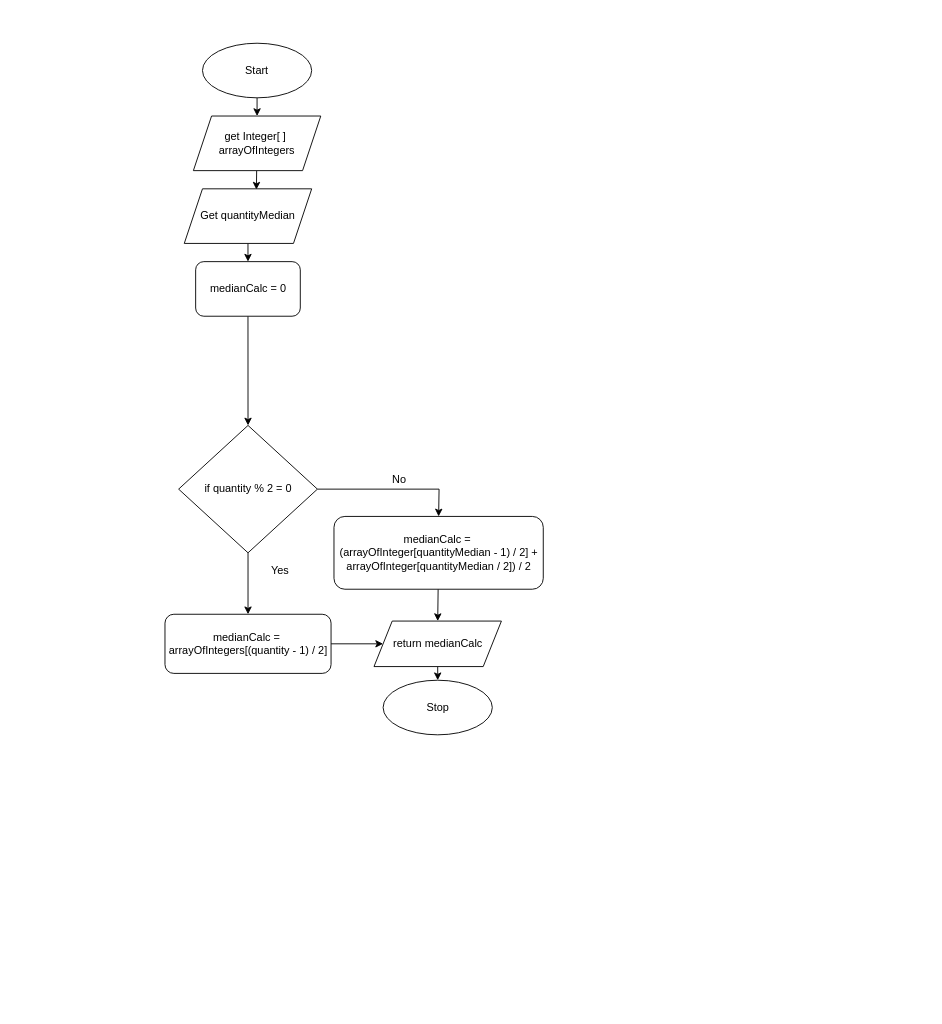
Before: Drawio/Flowchart1.drawio in JacksonNaufal/ics4u-unit1-07-typescript, a draw.io diagram. Source tidied: cells renumbered, new cells numbered last; positions are measured from the earlier drawing's top-left corner, leaving out a move shared by most shapes. Both pictures are drawn from the tidied source at 91%, with x=0, y=0 at pixel (165, 43).
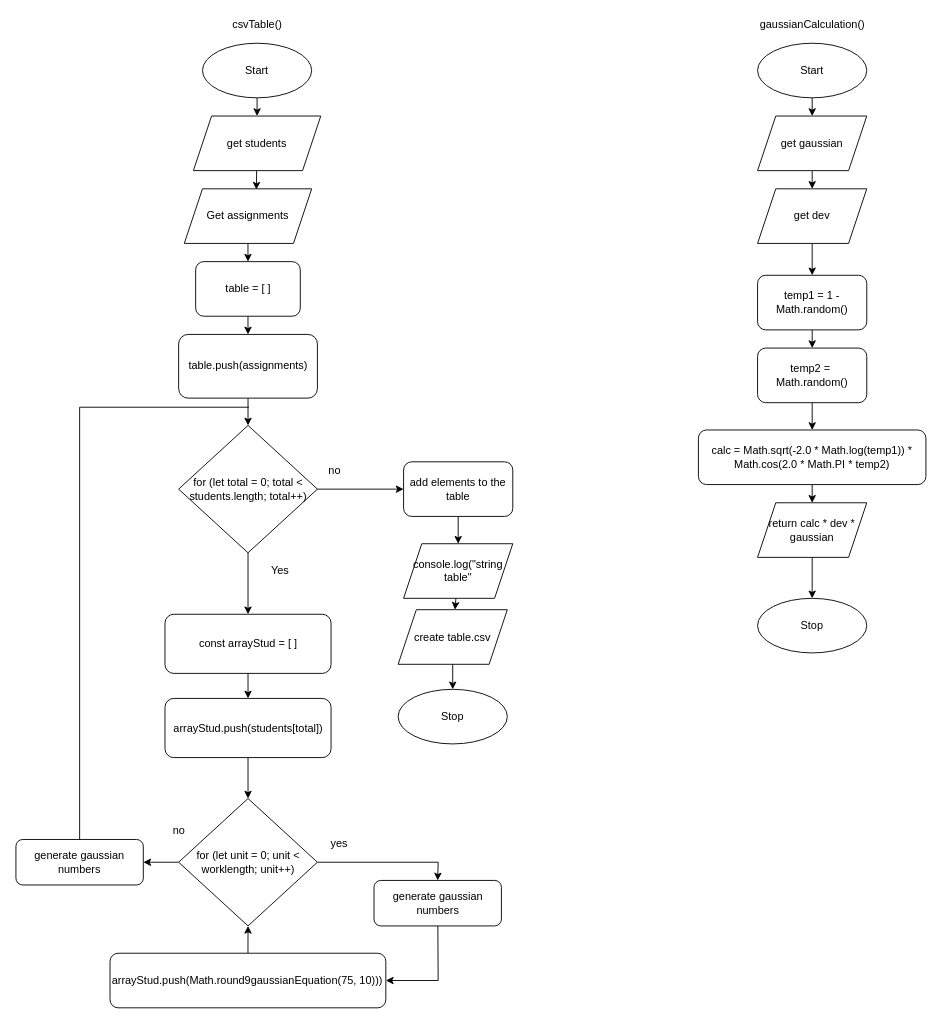
Above is the later version.

Diff of the diagram source:
```diff
@@
-    <mxCell id="4" style="edgeStyle=none;html=1;" parent="1" edge="1" source="5" target="10">
-      <mxGeometry relative="1" as="geometry" />
-    </mxCell>
-    <mxCell id="5" value="return medianCalc" style="shape=parallelogram;perimeter=parallelogramPerimeter;whiteSpace=wrap;html=1;fixedSize=1;" parent="1" vertex="1">
-      <mxGeometry x="229.5" y="635" width="140" height="50" as="geometry" />
-    </mxCell>
@@
-    <mxCell id="7" value="get Integer[ ]&amp;nbsp;&lt;br&gt;arrayOfIntegers" style="shape=parallelogram;perimeter=parallelogramPerimeter;whiteSpace=wrap;html=1;fixedSize=1;" parent="1" vertex="1">
+    <mxCell id="7" value="get students" style="shape=parallelogram;perimeter=parallelogramPerimeter;whiteSpace=wrap;html=1;fixedSize=1;" parent="1" vertex="1">
       <mxGeometry x="31" y="80" width="140" height="60" as="geometry" />
     </mxCell>
@@
-    <mxCell id="9" value="Get quantityMedian" style="shape=parallelogram;perimeter=parallelogramPerimeter;whiteSpace=wrap;html=1;fixedSize=1;" parent="1" vertex="1">
+    <mxCell id="9" value="Get assignments" style="shape=parallelogram;perimeter=parallelogramPerimeter;whiteSpace=wrap;html=1;fixedSize=1;" parent="1" vertex="1">
       <mxGeometry x="21" y="160" width="140" height="60" as="geometry" />
     </mxCell>
     <mxCell id="10" value="Stop" style="ellipse;whiteSpace=wrap;html=1;" parent="1" vertex="1">
-      <mxGeometry x="239.5" y="700" width="120" height="60" as="geometry" />
+      <mxGeometry x="256" y="710" width="120" height="60" as="geometry" />
     </mxCell>
-    <mxCell id="11" style="edgeStyle=none;html=1;entryX=0.5;entryY=0;entryDx=0;entryDy=0;" parent="1" edge="1" source="12" target="15">
-      <mxGeometry relative="1" as="geometry" />
-    </mxCell>
+    <mxCell id="22" style="edgeStyle=none;html=1;" parent="1" edge="1" source="12" target="41">
+      <mxGeometry relative="1" as="geometry" />
+    </mxCell>
-    <mxCell id="12" value="medianCalc = 0" style="rounded=1;whiteSpace=wrap;html=1;" parent="1" vertex="1">
+    <mxCell id="12" value="table = [ ]" style="rounded=1;whiteSpace=wrap;html=1;" parent="1" vertex="1">
       <mxGeometry x="33.5" y="240" width="115" height="60" as="geometry" />
     </mxCell>
@@
-    <mxCell id="14" style="edgeStyle=none;html=1;entryX=0.5;entryY=0;entryDx=0;entryDy=0;rounded=0;" parent="1" edge="1" source="15" target="21">
-      <mxGeometry relative="1" as="geometry">
-        <Array as="points">
-          <mxPoint x="301" y="490" />
-        </Array>
-      </mxGeometry>
-    </mxCell>
+    <mxCell id="23" style="edgeStyle=none;rounded=0;html=1;" parent="1" edge="1" source="15" target="54">
+      <mxGeometry relative="1" as="geometry" />
+    </mxCell>
-    <mxCell id="15" value="if quantity % 2 = 0" style="rhombus;whiteSpace=wrap;html=1;" parent="1" vertex="1">
+    <mxCell id="15" value="for (let total = 0; total &amp;lt; students.length; total++)" style="rhombus;whiteSpace=wrap;html=1;" parent="1" vertex="1">
       <mxGeometry x="14.8" y="420" width="152.5" height="140" as="geometry" />
     </mxCell>
@@
-    <mxCell id="17" style="edgeStyle=none;html=1;" parent="1" edge="1" source="18" target="5">
-      <mxGeometry relative="1" as="geometry" />
-    </mxCell>
+    <mxCell id="24" style="edgeStyle=none;html=1;" parent="1" edge="1" source="18" target="43">
+      <mxGeometry relative="1" as="geometry" />
+    </mxCell>
-    <mxCell id="18" value="medianCalc =&amp;nbsp;&lt;br&gt;arrayOfIntegers[(quantity - 1) / 2]" style="rounded=1;whiteSpace=wrap;html=1;" parent="1" vertex="1">
+    <mxCell id="18" value="const arrayStud = [ ]" style="rounded=1;whiteSpace=wrap;html=1;" parent="1" vertex="1">
       <mxGeometry x="-0.2" y="627.5" width="182.5" height="65" as="geometry" />
     </mxCell>
-    <mxCell id="19" value="No" style="text;html=1;align=center;verticalAlign=middle;strokeColor=none;fillColor=none;" parent="1" vertex="1">
-      <mxGeometry x="242" y="470" width="30" height="20" as="geometry" />
-    </mxCell>
-    <mxCell id="20" style="edgeStyle=none;rounded=0;html=1;entryX=0.5;entryY=0;entryDx=0;entryDy=0;" parent="1" edge="1" source="21" target="5">
-      <mxGeometry relative="1" as="geometry" />
-    </mxCell>
-    <mxCell id="21" value="medianCalc =&amp;nbsp;&lt;br&gt;(arrayOfInteger[quantityMedian - 1) / 2] + arrayOfInteger[quantityMedian / 2]) / 2" style="rounded=1;whiteSpace=wrap;html=1;" parent="1" vertex="1">
-      <mxGeometry x="185.5" y="520" width="230" height="80" as="geometry" />
-    </mxCell>
+    <mxCell id="25" style="edgeStyle=none;html=1;" parent="1" edge="1" source="26" target="37">
+      <mxGeometry relative="1" as="geometry" />
+    </mxCell>
+    <mxCell id="26" value="Start" style="ellipse;whiteSpace=wrap;html=1;" parent="1" vertex="1">
+      <mxGeometry x="651" width="120" height="60" as="geometry" />
+    </mxCell>
+    <mxCell id="27" value="Stop" style="ellipse;whiteSpace=wrap;html=1;" parent="1" vertex="1">
+      <mxGeometry x="651" y="610" width="120" height="60" as="geometry" />
+    </mxCell>
+    <mxCell id="28" style="edgeStyle=none;html=1;" parent="1" edge="1" source="29" target="31">
+      <mxGeometry relative="1" as="geometry" />
+    </mxCell>
+    <mxCell id="29" value="temp1 = 1 - Math.random()" style="rounded=1;whiteSpace=wrap;html=1;" parent="1" vertex="1">
+      <mxGeometry x="651" y="255" width="120" height="60" as="geometry" />
+    </mxCell>
+    <mxCell id="30" style="edgeStyle=none;html=1;" parent="1" edge="1" source="31" target="33">
+      <mxGeometry relative="1" as="geometry" />
+    </mxCell>
+    <mxCell id="31" value="temp2 =&amp;nbsp; Math.random()" style="rounded=1;whiteSpace=wrap;html=1;" parent="1" vertex="1">
+      <mxGeometry x="651" y="335" width="120" height="60" as="geometry" />
+    </mxCell>
+    <mxCell id="32" style="edgeStyle=none;html=1;" parent="1" edge="1" source="33" target="35">
+      <mxGeometry relative="1" as="geometry" />
+    </mxCell>
+    <mxCell id="33" value="calc = Math.sqrt(-2.0 * Math.log(temp1)) * Math.cos(2.0 * Math.PI * temp2)" style="rounded=1;whiteSpace=wrap;html=1;" parent="1" vertex="1">
+      <mxGeometry x="586" y="425" width="250" height="60" as="geometry" />
+    </mxCell>
+    <mxCell id="34" style="edgeStyle=none;html=1;" parent="1" edge="1" source="35" target="27">
+      <mxGeometry relative="1" as="geometry" />
+    </mxCell>
+    <mxCell id="35" value="return calc * dev * gaussian" style="shape=parallelogram;perimeter=parallelogramPerimeter;whiteSpace=wrap;html=1;fixedSize=1;" parent="1" vertex="1">
+      <mxGeometry x="651" y="505" width="120" height="60" as="geometry" />
+    </mxCell>
+    <mxCell id="36" style="edgeStyle=none;html=1;" parent="1" edge="1" source="37" target="39">
+      <mxGeometry relative="1" as="geometry" />
+    </mxCell>
+    <mxCell id="37" value="get gaussian" style="shape=parallelogram;perimeter=parallelogramPerimeter;whiteSpace=wrap;html=1;fixedSize=1;" parent="1" vertex="1">
+      <mxGeometry x="651" y="80" width="120" height="60" as="geometry" />
+    </mxCell>
+    <mxCell id="38" style="edgeStyle=none;html=1;entryX=0.5;entryY=0;entryDx=0;entryDy=0;" parent="1" edge="1" source="39" target="29">
+      <mxGeometry relative="1" as="geometry" />
+    </mxCell>
+    <mxCell id="39" value="get dev" style="shape=parallelogram;perimeter=parallelogramPerimeter;whiteSpace=wrap;html=1;fixedSize=1;" parent="1" vertex="1">
+      <mxGeometry x="651" y="160" width="120" height="60" as="geometry" />
+    </mxCell>
+    <mxCell id="40" style="edgeStyle=none;html=1;" parent="1" edge="1" source="41" target="15">
+      <mxGeometry relative="1" as="geometry" />
+    </mxCell>
+    <mxCell id="41" value="table.push(assignments)" style="rounded=1;whiteSpace=wrap;html=1;" parent="1" vertex="1">
+      <mxGeometry x="14.8" y="320" width="152.5" height="70" as="geometry" />
+    </mxCell>
+    <mxCell id="42" style="edgeStyle=none;html=1;" parent="1" edge="1" source="43" target="46">
+      <mxGeometry relative="1" as="geometry" />
+    </mxCell>
+    <mxCell id="43" value="arrayStud.push(students[total])" style="rounded=1;whiteSpace=wrap;html=1;" parent="1" vertex="1">
+      <mxGeometry x="-0.2" y="720" width="182.5" height="65" as="geometry" />
+    </mxCell>
+    <mxCell id="44" style="edgeStyle=none;html=1;entryX=0.5;entryY=0;entryDx=0;entryDy=0;rounded=0;" parent="1" edge="1" source="46" target="52">
+      <mxGeometry relative="1" as="geometry">
+        <Array as="points">
+          <mxPoint x="300" y="900" />
+        </Array>
+      </mxGeometry>
+    </mxCell>
+    <mxCell id="45" style="edgeStyle=none;rounded=0;html=1;entryX=1;entryY=0.5;entryDx=0;entryDy=0;" parent="1" edge="1" source="46" target="63">
+      <mxGeometry relative="1" as="geometry" />
+    </mxCell>
+    <mxCell id="46" value="for (let unit = 0; unit &amp;lt; worklength; unit++)" style="rhombus;whiteSpace=wrap;html=1;" parent="1" vertex="1">
+      <mxGeometry x="14.8" y="830" width="152.5" height="140" as="geometry" />
+    </mxCell>
+    <mxCell id="47" style="edgeStyle=none;html=1;entryX=0.5;entryY=1;entryDx=0;entryDy=0;" parent="1" edge="1" source="48" target="46">
+      <mxGeometry relative="1" as="geometry" />
+    </mxCell>
+    <mxCell id="48" value="arrayStud.push(Math.round9gaussianEquation(75, 10)))" style="rounded=1;whiteSpace=wrap;html=1;" parent="1" vertex="1">
+      <mxGeometry x="-60.6" y="1000" width="303.1" height="60" as="geometry" />
+    </mxCell>
+    <mxCell id="49" value="gaussianCalculation()" style="text;html=1;align=center;verticalAlign=middle;strokeColor=none;fillColor=none;" parent="1" vertex="1">
+      <mxGeometry x="641" y="-30" width="140" height="20" as="geometry" />
+    </mxCell>
+    <mxCell id="50" value="csvTable()" style="text;html=1;align=center;verticalAlign=middle;strokeColor=none;fillColor=none;" parent="1" vertex="1">
+      <mxGeometry x="66" y="-30" width="70" height="20" as="geometry" />
+    </mxCell>
+    <mxCell id="51" style="edgeStyle=none;html=1;entryX=1;entryY=0.5;entryDx=0;entryDy=0;rounded=0;" parent="1" edge="1" source="52" target="48">
+      <mxGeometry relative="1" as="geometry">
+        <Array as="points">
+          <mxPoint x="300" y="1030" />
+        </Array>
+      </mxGeometry>
+    </mxCell>
+    <mxCell id="52" value="generate gaussian numbers" style="rounded=1;whiteSpace=wrap;html=1;" parent="1" vertex="1">
+      <mxGeometry x="229.5" y="920" width="140" height="50" as="geometry" />
+    </mxCell>
+    <mxCell id="53" style="edgeStyle=none;rounded=0;html=1;" parent="1" edge="1" source="54" target="56">
+      <mxGeometry relative="1" as="geometry" />
+    </mxCell>
+    <mxCell id="54" value="add elements to the table" style="rounded=1;whiteSpace=wrap;html=1;" parent="1" vertex="1">
+      <mxGeometry x="262" y="460" width="120" height="60" as="geometry" />
+    </mxCell>
+    <mxCell id="55" style="edgeStyle=none;rounded=0;html=1;" parent="1" edge="1" source="56" target="58">
+      <mxGeometry relative="1" as="geometry" />
+    </mxCell>
+    <mxCell id="56" value="console.log(&quot;string table&quot;" style="shape=parallelogram;perimeter=parallelogramPerimeter;whiteSpace=wrap;html=1;fixedSize=1;" parent="1" vertex="1">
+      <mxGeometry x="262" y="550" width="120" height="60" as="geometry" />
+    </mxCell>
+    <mxCell id="57" style="edgeStyle=none;rounded=0;html=1;" parent="1" edge="1" source="58" target="10">
+      <mxGeometry relative="1" as="geometry" />
+    </mxCell>
+    <mxCell id="58" value="create table.csv" style="shape=parallelogram;perimeter=parallelogramPerimeter;whiteSpace=wrap;html=1;fixedSize=1;" parent="1" vertex="1">
+      <mxGeometry x="256" y="622.5" width="120" height="60" as="geometry" />
+    </mxCell>
+    <mxCell id="59" value="no" style="text;html=1;align=center;verticalAlign=middle;strokeColor=none;fillColor=none;" parent="1" vertex="1">
+      <mxGeometry x="171" y="460" width="30" height="20" as="geometry" />
+    </mxCell>
+    <mxCell id="60" value="yes" style="text;html=1;align=center;verticalAlign=middle;strokeColor=none;fillColor=none;" parent="1" vertex="1">
+      <mxGeometry x="176" y="870" width="30" height="20" as="geometry" />
+    </mxCell>
+    <mxCell id="61" value="no" style="text;html=1;align=center;verticalAlign=middle;strokeColor=none;fillColor=none;" parent="1" vertex="1">
+      <mxGeometry x="-0.2" y="855" width="30" height="20" as="geometry" />
+    </mxCell>
+    <mxCell id="62" style="edgeStyle=none;rounded=0;html=1;endArrow=none;endFill=0;" parent="1" edge="1" source="63">
+      <mxGeometry relative="1" as="geometry">
+        <mxPoint x="92" y="400" as="targetPoint" />
+        <Array as="points">
+          <mxPoint x="-94" y="400" />
+        </Array>
+      </mxGeometry>
+    </mxCell>
+    <mxCell id="63" value="generate gaussian numbers" style="rounded=1;whiteSpace=wrap;html=1;" parent="1" vertex="1">
+      <mxGeometry x="-164" y="875" width="140" height="50" as="geometry" />
+    </mxCell>
```
